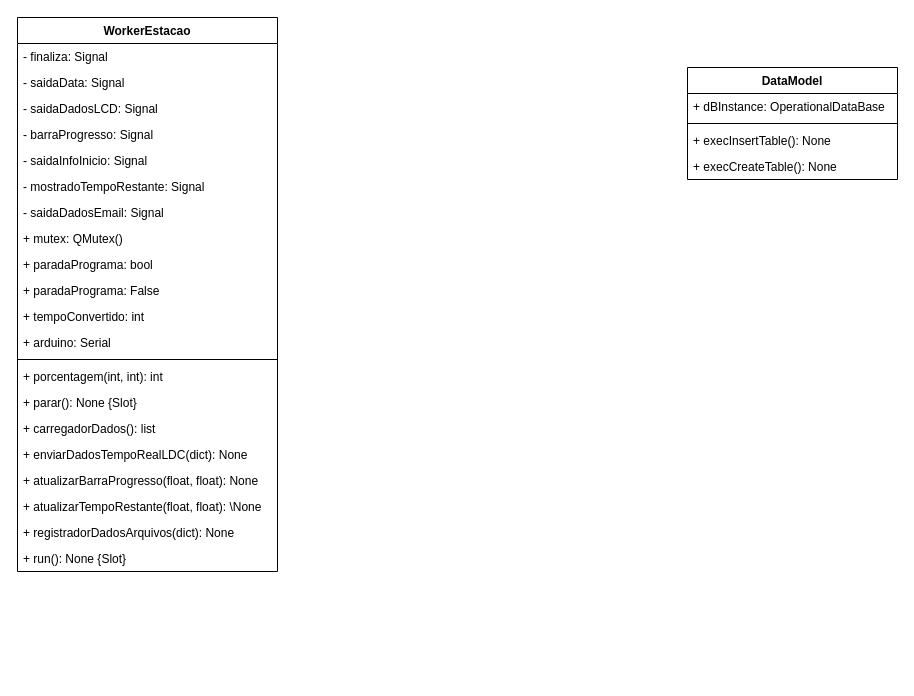
Earlier version of the draw.io diagram page "Relacionamento DB - DataGetter" (5 of 5) of EstruturaObtencaoDeDados.drawio (Fat83dotcom/Interface_Estacao). Source tidied: cells renumbered, new cells numbered last; positions are measured from the earlier drawing's top-left corner, leaving out a move shared by most shapes. Both pictures are drawn from the tidied source at 100%, with x=0, y=0 at pixel (17, 17).
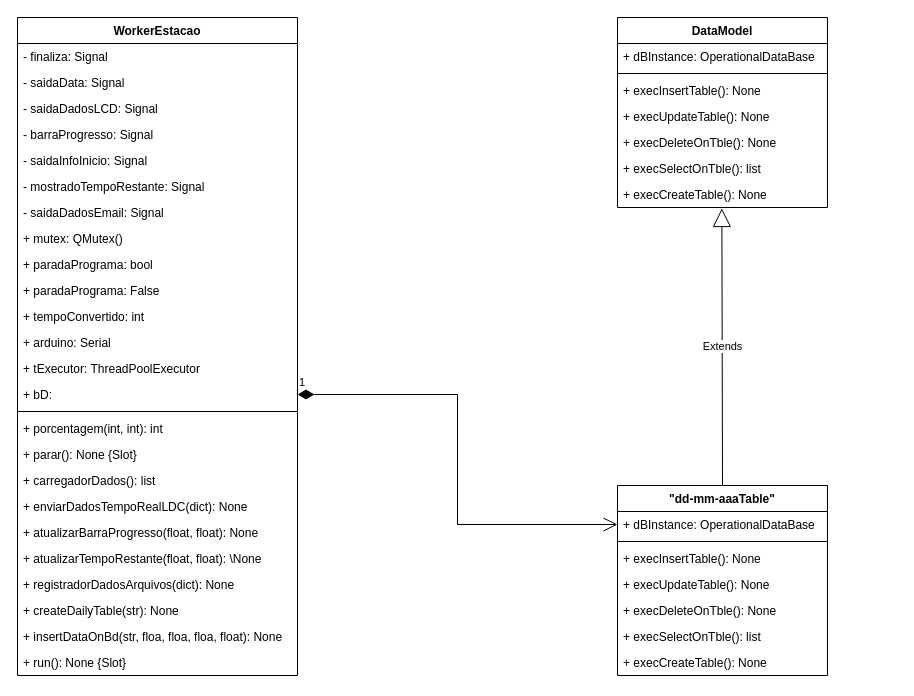
After the change.

The edit, as a diff of the source:
```diff
@@
-    <mxCell id="2" value="DataModel" style="swimlane;fontStyle=1;align=center;verticalAlign=top;horizontal=1;startSize=26;fillColor=none;" parent="1" vertex="1">
-      <mxGeometry x="670" y="50" width="210" height="112" as="geometry" />
-    </mxCell>
-    <mxCell id="3" value="+ dBInstance: OperationalDataBase" style="text;strokeColor=none;fillColor=none;align=left;verticalAlign=top;spacingLeft=4;spacingRight=4;overflow=hidden;" parent="2" vertex="1">
-      <mxGeometry y="26" width="210" height="26" as="geometry" />
-    </mxCell>
-    <mxCell id="4" style="line;strokeWidth=1;fillColor=none;align=left;verticalAlign=middle;spacingTop=-1;spacingLeft=3;spacingRight=3;labelPosition=right;strokeColor=inherit;" parent="2" vertex="1">
-      <mxGeometry y="52" width="210" height="8" as="geometry" />
-    </mxCell>
-    <mxCell id="5" value="+ execInsertTable(): None" style="text;strokeColor=none;fillColor=none;align=left;verticalAlign=top;spacingLeft=4;spacingRight=4;overflow=hidden;" parent="2" vertex="1">
-      <mxGeometry y="60" width="210" height="26" as="geometry" />
-    </mxCell>
-    <mxCell id="6" value="+ execCreateTable(): None" style="text;strokeColor=none;fillColor=none;align=left;verticalAlign=top;spacingLeft=4;spacingRight=4;overflow=hidden;" parent="2" vertex="1">
-      <mxGeometry y="86" width="210" height="26" as="geometry" />
-    </mxCell>
     <mxCell id="7" value="WorkerEstacao" style="swimlane;fontStyle=1;align=center;verticalAlign=top;horizontal=1;startSize=26;fillColor=none;" parent="1" vertex="1">
-      <mxGeometry width="260" height="554" as="geometry" />
+      <mxGeometry width="280" height="658" as="geometry" />
     </mxCell>
     <mxCell id="8" value="- finaliza: Signal" style="text;strokeColor=none;fillColor=none;align=left;verticalAlign=top;spacingLeft=4;spacingRight=4;overflow=hidden;" parent="7" vertex="1">
-      <mxGeometry y="26" width="260" height="26" as="geometry" />
+      <mxGeometry y="26" width="280" height="26" as="geometry" />
     </mxCell>
     <mxCell id="9" value="- saidaData: Signal" style="text;strokeColor=none;fillColor=none;align=left;verticalAlign=top;spacingLeft=4;spacingRight=4;overflow=hidden;" parent="7" vertex="1">
-      <mxGeometry y="52" width="260" height="26" as="geometry" />
+      <mxGeometry y="52" width="280" height="26" as="geometry" />
     </mxCell>
     <mxCell id="10" value="- saidaDadosLCD: Signal " style="text;strokeColor=none;fillColor=none;align=left;verticalAlign=top;spacingLeft=4;spacingRight=4;overflow=hidden;" parent="7" vertex="1">
-      <mxGeometry y="78" width="260" height="26" as="geometry" />
+      <mxGeometry y="78" width="280" height="26" as="geometry" />
     </mxCell>
     <mxCell id="11" value="- barraProgresso: Signal" style="text;strokeColor=none;fillColor=none;align=left;verticalAlign=top;spacingLeft=4;spacingRight=4;overflow=hidden;" parent="7" vertex="1">
-      <mxGeometry y="104" width="260" height="26" as="geometry" />
+      <mxGeometry y="104" width="280" height="26" as="geometry" />
     </mxCell>
     <mxCell id="12" value="- saidaInfoInicio: Signal" style="text;strokeColor=none;fillColor=none;align=left;verticalAlign=top;spacingLeft=4;spacingRight=4;overflow=hidden;" parent="7" vertex="1">
-      <mxGeometry y="130" width="260" height="26" as="geometry" />
+      <mxGeometry y="130" width="280" height="26" as="geometry" />
     </mxCell>
     <mxCell id="13" value="- mostradoTempoRestante: Signal" style="text;strokeColor=none;fillColor=none;align=left;verticalAlign=top;spacingLeft=4;spacingRight=4;overflow=hidden;" parent="7" vertex="1">
-      <mxGeometry y="156" width="260" height="26" as="geometry" />
+      <mxGeometry y="156" width="280" height="26" as="geometry" />
     </mxCell>
     <mxCell id="14" value="- saidaDadosEmail: Signal" style="text;strokeColor=none;fillColor=none;align=left;verticalAlign=top;spacingLeft=4;spacingRight=4;overflow=hidden;" parent="7" vertex="1">
-      <mxGeometry y="182" width="260" height="26" as="geometry" />
+      <mxGeometry y="182" width="280" height="26" as="geometry" />
     </mxCell>
     <mxCell id="15" value="+ mutex: QMutex()" style="text;strokeColor=none;fillColor=none;align=left;verticalAlign=top;spacingLeft=4;spacingRight=4;overflow=hidden;" parent="7" vertex="1">
-      <mxGeometry y="208" width="260" height="26" as="geometry" />
+      <mxGeometry y="208" width="280" height="26" as="geometry" />
     </mxCell>
     <mxCell id="16" value="+ paradaPrograma: bool" style="text;strokeColor=none;fillColor=none;align=left;verticalAlign=top;spacingLeft=4;spacingRight=4;overflow=hidden;" parent="7" vertex="1">
-      <mxGeometry y="234" width="260" height="26" as="geometry" />
+      <mxGeometry y="234" width="280" height="26" as="geometry" />
     </mxCell>
     <mxCell id="17" value="+ paradaPrograma: False " style="text;strokeColor=none;fillColor=none;align=left;verticalAlign=top;spacingLeft=4;spacingRight=4;overflow=hidden;" parent="7" vertex="1">
-      <mxGeometry y="260" width="260" height="26" as="geometry" />
+      <mxGeometry y="260" width="280" height="26" as="geometry" />
     </mxCell>
     <mxCell id="18" value="+ tempoConvertido: int" style="text;strokeColor=none;fillColor=none;align=left;verticalAlign=top;spacingLeft=4;spacingRight=4;overflow=hidden;" parent="7" vertex="1">
-      <mxGeometry y="286" width="260" height="26" as="geometry" />
+      <mxGeometry y="286" width="280" height="26" as="geometry" />
     </mxCell>
     <mxCell id="19" value="+ arduino: Serial" style="text;strokeColor=none;fillColor=none;align=left;verticalAlign=top;spacingLeft=4;spacingRight=4;overflow=hidden;" parent="7" vertex="1">
-      <mxGeometry y="312" width="260" height="26" as="geometry" />
+      <mxGeometry y="312" width="280" height="26" as="geometry" />
     </mxCell>
+    <mxCell id="29" value="+ tExecutor: ThreadPoolExecutor  " style="text;strokeColor=none;fillColor=none;align=left;verticalAlign=top;spacingLeft=4;spacingRight=4;overflow=hidden;" parent="7" vertex="1">
+      <mxGeometry y="338" width="280" height="26" as="geometry" />
+    </mxCell>
+    <mxCell id="30" value="+ bD:  " style="text;strokeColor=none;fillColor=none;align=left;verticalAlign=top;spacingLeft=4;spacingRight=4;overflow=hidden;points=[[0,0.5],[1,0.5]];portConstraint=eastwest;" parent="7" vertex="1">
+      <mxGeometry y="364" width="280" height="26" as="geometry" />
+    </mxCell>
     <mxCell id="20" style="line;strokeWidth=1;fillColor=none;align=left;verticalAlign=middle;spacingTop=-1;spacingLeft=3;spacingRight=3;labelPosition=right;strokeColor=inherit;" parent="7" vertex="1">
-      <mxGeometry y="338" width="260" height="8" as="geometry" />
+      <mxGeometry y="390" width="280" height="8" as="geometry" />
     </mxCell>
     <mxCell id="21" value="+ porcentagem(int, int): int" style="text;strokeColor=none;fillColor=none;align=left;verticalAlign=top;spacingLeft=4;spacingRight=4;overflow=hidden;" parent="7" vertex="1">
-      <mxGeometry y="346" width="260" height="26" as="geometry" />
+      <mxGeometry y="398" width="280" height="26" as="geometry" />
     </mxCell>
     <mxCell id="22" value="+ parar(): None {Slot}" style="text;strokeColor=none;fillColor=none;align=left;verticalAlign=top;spacingLeft=4;spacingRight=4;overflow=hidden;" parent="7" vertex="1">
-      <mxGeometry y="372" width="260" height="26" as="geometry" />
+      <mxGeometry y="424" width="280" height="26" as="geometry" />
     </mxCell>
     <mxCell id="23" value="+ carregadorDados(): list" style="text;strokeColor=none;fillColor=none;align=left;verticalAlign=top;spacingLeft=4;spacingRight=4;overflow=hidden;" parent="7" vertex="1">
-      <mxGeometry y="398" width="260" height="26" as="geometry" />
+      <mxGeometry y="450" width="280" height="26" as="geometry" />
     </mxCell>
     <mxCell id="24" value="+ enviarDadosTempoRealLDC(dict): None" style="text;strokeColor=none;fillColor=none;align=left;verticalAlign=top;spacingLeft=4;spacingRight=4;overflow=hidden;" parent="7" vertex="1">
-      <mxGeometry y="424" width="260" height="26" as="geometry" />
+      <mxGeometry y="476" width="280" height="26" as="geometry" />
     </mxCell>
     <mxCell id="25" value="+ atualizarBarraProgresso(float, float): None" style="text;strokeColor=none;fillColor=none;align=left;verticalAlign=top;spacingLeft=4;spacingRight=4;overflow=hidden;" parent="7" vertex="1">
-      <mxGeometry y="450" width="260" height="26" as="geometry" />
+      <mxGeometry y="502" width="280" height="26" as="geometry" />
     </mxCell>
     <mxCell id="26" value="+ atualizarTempoRestante(float, float): \None" style="text;strokeColor=none;fillColor=none;align=left;verticalAlign=top;spacingLeft=4;spacingRight=4;overflow=hidden;" parent="7" vertex="1">
-      <mxGeometry y="476" width="260" height="26" as="geometry" />
+      <mxGeometry y="528" width="280" height="26" as="geometry" />
     </mxCell>
     <mxCell id="27" value="+ registradorDadosArquivos(dict): None" style="text;strokeColor=none;fillColor=none;align=left;verticalAlign=top;spacingLeft=4;spacingRight=4;overflow=hidden;" parent="7" vertex="1">
-      <mxGeometry y="502" width="260" height="26" as="geometry" />
+      <mxGeometry y="554" width="280" height="26" as="geometry" />
     </mxCell>
+    <mxCell id="31" value="+ createDailyTable(str): None" style="text;strokeColor=none;fillColor=none;align=left;verticalAlign=top;spacingLeft=4;spacingRight=4;overflow=hidden;" parent="7" vertex="1">
+      <mxGeometry y="580" width="280" height="26" as="geometry" />
+    </mxCell>
+    <mxCell id="32" value="+ insertDataOnBd(str, floa, floa, floa, float): None" style="text;strokeColor=none;fillColor=none;align=left;verticalAlign=top;spacingLeft=4;spacingRight=4;overflow=hidden;" parent="7" vertex="1">
+      <mxGeometry y="606" width="280" height="26" as="geometry" />
+    </mxCell>
     <mxCell id="28" value="+ run(): None {Slot}" style="text;strokeColor=none;fillColor=none;align=left;verticalAlign=top;spacingLeft=4;spacingRight=4;overflow=hidden;" parent="7" vertex="1">
-      <mxGeometry y="528" width="260" height="26" as="geometry" />
+      <mxGeometry y="632" width="280" height="26" as="geometry" />
     </mxCell>
+    <mxCell id="33" value="1" style="endArrow=open;html=1;endSize=12;startArrow=diamondThin;startSize=14;startFill=1;edgeStyle=orthogonalEdgeStyle;align=left;verticalAlign=bottom;rounded=0;entryX=0;entryY=0.5;entryDx=0;entryDy=0;exitX=1;exitY=0.5;exitDx=0;exitDy=0;" parent="1" edge="1" source="30" target="42">
+      <mxGeometry x="-1" y="3" relative="1" as="geometry" />
+    </mxCell>
+    <mxCell id="2" value="DataModel" style="swimlane;fontStyle=1;align=center;verticalAlign=top;horizontal=1;startSize=26;fillColor=none;" parent="1" vertex="1">
+      <mxGeometry x="600" width="210" height="190" as="geometry" />
+    </mxCell>
+    <mxCell id="34" value="+ dBInstance: OperationalDataBase" style="text;strokeColor=none;fillColor=none;align=left;verticalAlign=top;spacingLeft=4;spacingRight=4;overflow=hidden;" parent="2" vertex="1">
+      <mxGeometry y="26" width="210" height="26" as="geometry" />
+    </mxCell>
+    <mxCell id="35" style="line;strokeWidth=1;fillColor=none;align=left;verticalAlign=middle;spacingTop=-1;spacingLeft=3;spacingRight=3;labelPosition=right;strokeColor=inherit;" parent="2" vertex="1">
+      <mxGeometry y="52" width="210" height="8" as="geometry" />
+    </mxCell>
+    <mxCell id="36" value="+ execInsertTable(): None" style="text;strokeColor=none;fillColor=none;align=left;verticalAlign=top;spacingLeft=4;spacingRight=4;overflow=hidden;" parent="2" vertex="1">
+      <mxGeometry y="60" width="210" height="26" as="geometry" />
+    </mxCell>
+    <mxCell id="37" value="+ execUpdateTable(): None" style="text;strokeColor=none;fillColor=none;align=left;verticalAlign=top;spacingLeft=4;spacingRight=4;overflow=hidden;" parent="2" vertex="1">
+      <mxGeometry y="86" width="210" height="26" as="geometry" />
+    </mxCell>
+    <mxCell id="38" value="+ execDeleteOnTble(): None" style="text;strokeColor=none;fillColor=none;align=left;verticalAlign=top;spacingLeft=4;spacingRight=4;overflow=hidden;" parent="2" vertex="1">
+      <mxGeometry y="112" width="210" height="26" as="geometry" />
+    </mxCell>
+    <mxCell id="39" value="+ execSelectOnTble(): list" style="text;strokeColor=none;fillColor=none;align=left;verticalAlign=top;spacingLeft=4;spacingRight=4;overflow=hidden;" parent="2" vertex="1">
+      <mxGeometry y="138" width="210" height="26" as="geometry" />
+    </mxCell>
+    <mxCell id="40" value="+ execCreateTable(): None" style="text;strokeColor=none;fillColor=none;align=left;verticalAlign=top;spacingLeft=4;spacingRight=4;overflow=hidden;points=[[0,0.5],[1,0.5]];portConstraint=eastwest;" parent="2" vertex="1">
+      <mxGeometry y="164" width="210" height="26" as="geometry" />
+    </mxCell>
+    <mxCell id="41" value="&quot;dd-mm-aaaTable&quot;" style="swimlane;fontStyle=1;align=center;verticalAlign=top;horizontal=1;startSize=26;fillColor=none;" parent="1" vertex="1">
+      <mxGeometry x="600" y="468" width="210" height="190" as="geometry" />
+    </mxCell>
+    <mxCell id="42" value="+ dBInstance: OperationalDataBase" style="text;strokeColor=none;fillColor=none;align=left;verticalAlign=top;spacingLeft=4;spacingRight=4;overflow=hidden;points=[[0,0.5],[1,0.5]];portConstraint=eastwest;" parent="41" vertex="1">
+      <mxGeometry y="26" width="210" height="26" as="geometry" />
+    </mxCell>
+    <mxCell id="43" style="line;strokeWidth=1;fillColor=none;align=left;verticalAlign=middle;spacingTop=-1;spacingLeft=3;spacingRight=3;labelPosition=right;strokeColor=inherit;" parent="41" vertex="1">
+      <mxGeometry y="52" width="210" height="8" as="geometry" />
+    </mxCell>
+    <mxCell id="44" value="+ execInsertTable(): None" style="text;strokeColor=none;fillColor=none;align=left;verticalAlign=top;spacingLeft=4;spacingRight=4;overflow=hidden;" parent="41" vertex="1">
+      <mxGeometry y="60" width="210" height="26" as="geometry" />
+    </mxCell>
+    <mxCell id="45" value="+ execUpdateTable(): None" style="text;strokeColor=none;fillColor=none;align=left;verticalAlign=top;spacingLeft=4;spacingRight=4;overflow=hidden;" parent="41" vertex="1">
+      <mxGeometry y="86" width="210" height="26" as="geometry" />
+    </mxCell>
+    <mxCell id="46" value="+ execDeleteOnTble(): None" style="text;strokeColor=none;fillColor=none;align=left;verticalAlign=top;spacingLeft=4;spacingRight=4;overflow=hidden;" parent="41" vertex="1">
+      <mxGeometry y="112" width="210" height="26" as="geometry" />
+    </mxCell>
+    <mxCell id="47" value="+ execSelectOnTble(): list" style="text;strokeColor=none;fillColor=none;align=left;verticalAlign=top;spacingLeft=4;spacingRight=4;overflow=hidden;" parent="41" vertex="1">
+      <mxGeometry y="138" width="210" height="26" as="geometry" />
+    </mxCell>
+    <mxCell id="48" value="+ execCreateTable(): None" style="text;strokeColor=none;fillColor=none;align=left;verticalAlign=top;spacingLeft=4;spacingRight=4;overflow=hidden;" parent="41" vertex="1">
+      <mxGeometry y="164" width="210" height="26" as="geometry" />
+    </mxCell>
+    <mxCell id="49" value="Extends" style="endArrow=block;endSize=16;endFill=0;html=1;rounded=0;exitX=0.5;exitY=0;exitDx=0;exitDy=0;entryX=0.497;entryY=1.038;entryDx=0;entryDy=0;entryPerimeter=0;" parent="1" edge="1" source="41" target="40">
+      <mxGeometry relative="1" as="geometry" />
+    </mxCell>
```
